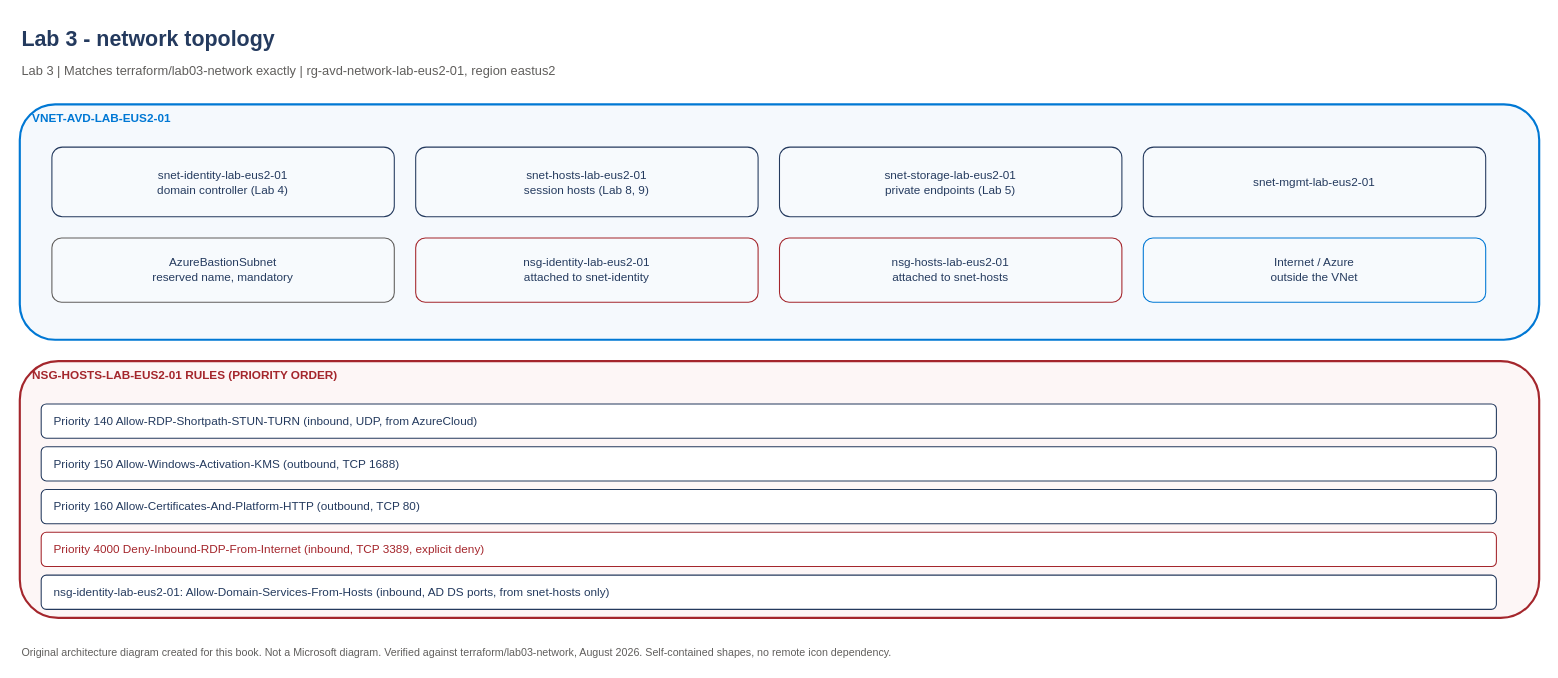
Before: diagrams/architecture/lab03-network-topology.drawio in AddySidd27/azure-virtual-desktop-architect, a draw.io diagram. Source tidied: cells renumbered, new cells numbered last; positions are measured from the earlier drawing's top-left corner, leaving out a move shared by most shapes. Both pictures are drawn from the tidied source at 107%, with x=0, y=0 at pixel (19, 18).
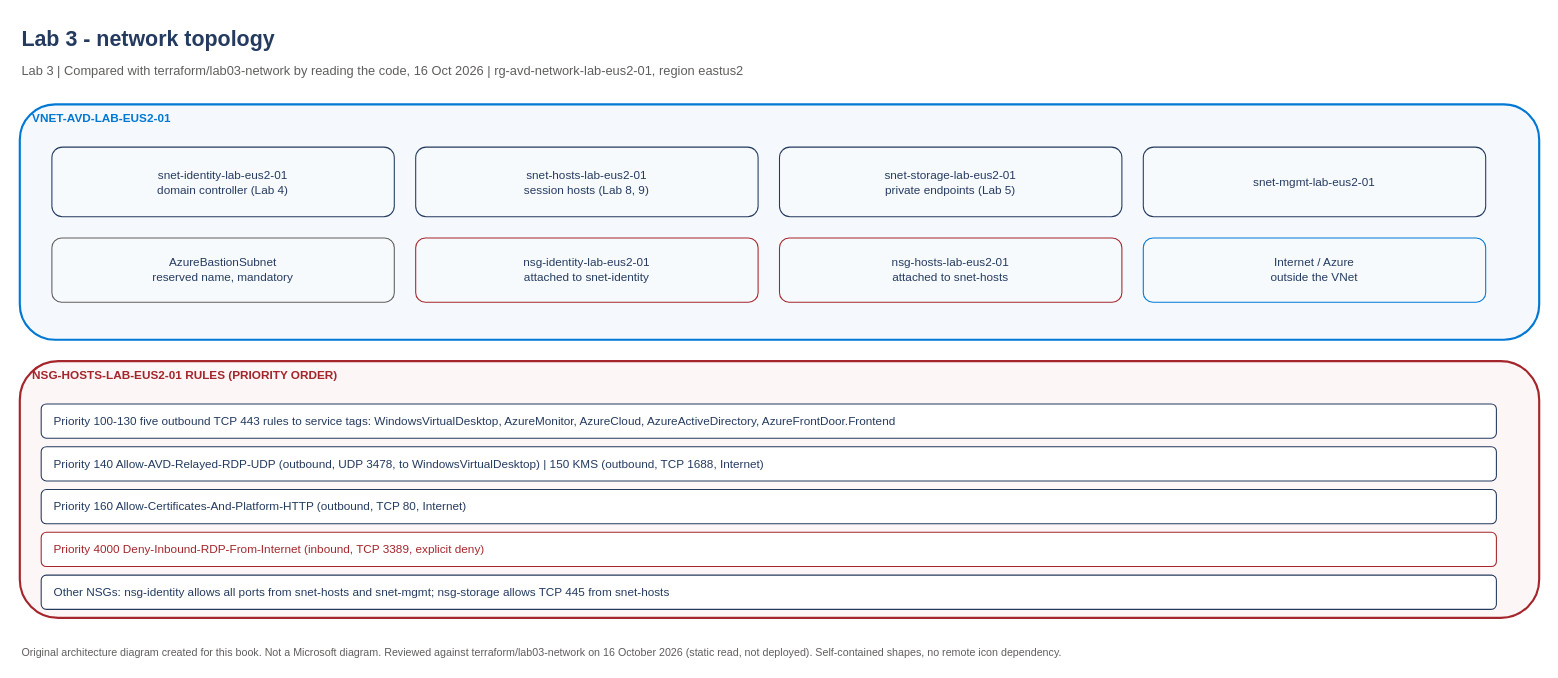
The same diagram, later.

Change to the diagram source:
```diff
@@
 <mxGraphModel>
   <root>
     <mxCell id="0" />
     <mxCell id="1" parent="0" />
     <mxCell id="2" value="Lab 3 - network topology" style="text;fontSize=20;fontStyle=1;fontColor=#243A5E;align=left;" parent="1" vertex="1">
       <mxGeometry width="900" height="30" as="geometry" />
     </mxCell>
-    <mxCell id="3" value="Lab 3 | Matches terraform/lab03-network exactly | rg-avd-network-lab-eus2-01, region eastus2" style="text;fontSize=12;fontColor=#605E5C;align=left;" parent="1" vertex="1">
+    <mxCell id="3" value="Lab 3 | Compared with terraform/lab03-network by reading the code, 16 Oct 2026 | rg-avd-network-lab-eus2-01, region eastus2" style="text;fontSize=12;fontColor=#605E5C;align=left;" parent="1" vertex="1">
       <mxGeometry y="35" width="1100" height="20" as="geometry" />
     </mxCell>
     <mxCell id="4" value="VNET-AVD-LAB-EUS2-01" style="rounded=1;whiteSpace=wrap;html=1;fillColor=#F5F9FD;strokeColor=#0078D4;strokeWidth=2;verticalAlign=top;align=left;spacingLeft=10;fontSize=11;fontStyle=1;fontColor=#0078D4;" parent="1" vertex="1">
       <mxGeometry y="80" width="1420" height="220" as="geometry" />
     </mxCell>
     <mxCell id="5" value="snet-identity-lab-eus2-01&#10;domain controller (Lab 4)" style="rounded=1;whiteSpace=wrap;html=1;fillColor=#F7FAFD;strokeColor=#243A5E;fontSize=11;fontColor=#243A5E;verticalAlign=middle;" parent="1" vertex="1">
       <mxGeometry x="30" y="120" width="320" height="65" as="geometry" />
     </mxCell>
     <mxCell id="6" value="snet-hosts-lab-eus2-01&#10;session hosts (Lab 8, 9)" style="rounded=1;whiteSpace=wrap;html=1;fillColor=#F7FAFD;strokeColor=#243A5E;fontSize=11;fontColor=#243A5E;verticalAlign=middle;" parent="1" vertex="1">
       <mxGeometry x="370" y="120" width="320" height="65" as="geometry" />
     </mxCell>
     <mxCell id="7" value="snet-storage-lab-eus2-01&#10;private endpoints (Lab 5)" style="rounded=1;whiteSpace=wrap;html=1;fillColor=#F7FAFD;strokeColor=#243A5E;fontSize=11;fontColor=#243A5E;verticalAlign=middle;" parent="1" vertex="1">
       <mxGeometry x="710" y="120" width="320" height="65" as="geometry" />
     </mxCell>
     <mxCell id="8" value="snet-mgmt-lab-eus2-01" style="rounded=1;whiteSpace=wrap;html=1;fillColor=#F7FAFD;strokeColor=#243A5E;fontSize=11;fontColor=#243A5E;verticalAlign=middle;" parent="1" vertex="1">
       <mxGeometry x="1050" y="120" width="320" height="65" as="geometry" />
     </mxCell>
     <mxCell id="9" value="AzureBastionSubnet&#10;reserved name, mandatory" style="rounded=1;whiteSpace=wrap;html=1;fillColor=#F7FAFD;strokeColor=#605E5C;fontSize=11;fontColor=#243A5E;verticalAlign=middle;" parent="1" vertex="1">
       <mxGeometry x="30" y="205" width="320" height="60" as="geometry" />
     </mxCell>
     <mxCell id="10" value="nsg-identity-lab-eus2-01&#10;attached to snet-identity" style="rounded=1;whiteSpace=wrap;html=1;fillColor=#F7FAFD;strokeColor=#A4262C;fontSize=11;fontColor=#243A5E;verticalAlign=middle;" parent="1" vertex="1">
       <mxGeometry x="370" y="205" width="320" height="60" as="geometry" />
     </mxCell>
     <mxCell id="11" value="nsg-hosts-lab-eus2-01&#10;attached to snet-hosts" style="rounded=1;whiteSpace=wrap;html=1;fillColor=#F7FAFD;strokeColor=#A4262C;fontSize=11;fontColor=#243A5E;verticalAlign=middle;" parent="1" vertex="1">
       <mxGeometry x="710" y="205" width="320" height="60" as="geometry" />
     </mxCell>
     <mxCell id="12" value="Internet / Azure&#10;outside the VNet" style="rounded=1;whiteSpace=wrap;html=1;fillColor=#F7FAFD;strokeColor=#0078D4;fontSize=11;fontColor=#243A5E;verticalAlign=middle;" parent="1" vertex="1">
       <mxGeometry x="1050" y="205" width="320" height="60" as="geometry" />
     </mxCell>
     <mxCell id="13" value="NSG-HOSTS-LAB-EUS2-01 RULES (PRIORITY ORDER)" style="rounded=1;whiteSpace=wrap;html=1;fillColor=#FDF6F6;strokeColor=#A4262C;strokeWidth=2;verticalAlign=top;align=left;spacingLeft=10;fontSize=11;fontStyle=1;fontColor=#A4262C;" parent="1" vertex="1">
       <mxGeometry y="320" width="1420" height="240" as="geometry" />
     </mxCell>
-    <mxCell id="14" value="Priority 140  Allow-RDP-Shortpath-STUN-TURN  (inbound, UDP, from AzureCloud)" style="rounded=1;whiteSpace=wrap;html=1;fillColor=#FFFFFF;strokeColor=#243A5E;fontSize=11;fontColor=#243A5E;verticalAlign=middle;align=left;spacingLeft=10;" parent="1" vertex="1">
+    <mxCell id="14" value="Priority 100-130  five outbound TCP 443 rules to service tags: WindowsVirtualDesktop, AzureMonitor, AzureCloud, AzureActiveDirectory, AzureFrontDoor.Frontend" style="rounded=1;whiteSpace=wrap;html=1;fillColor=#FFFFFF;strokeColor=#243A5E;fontSize=11;fontColor=#243A5E;verticalAlign=middle;align=left;spacingLeft=10;" parent="1" vertex="1">
       <mxGeometry x="20" y="360" width="1360" height="32" as="geometry" />
     </mxCell>
-    <mxCell id="15" value="Priority 150  Allow-Windows-Activation-KMS  (outbound, TCP 1688)" style="rounded=1;whiteSpace=wrap;html=1;fillColor=#FFFFFF;strokeColor=#243A5E;fontSize=11;fontColor=#243A5E;verticalAlign=middle;align=left;spacingLeft=10;" parent="1" vertex="1">
+    <mxCell id="15" value="Priority 140  Allow-AVD-Relayed-RDP-UDP (outbound, UDP 3478, to WindowsVirtualDesktop)  |  150  KMS (outbound, TCP 1688, Internet)" style="rounded=1;whiteSpace=wrap;html=1;fillColor=#FFFFFF;strokeColor=#243A5E;fontSize=11;fontColor=#243A5E;verticalAlign=middle;align=left;spacingLeft=10;" parent="1" vertex="1">
       <mxGeometry x="20" y="400" width="1360" height="32" as="geometry" />
     </mxCell>
-    <mxCell id="16" value="Priority 160  Allow-Certificates-And-Platform-HTTP  (outbound, TCP 80)" style="rounded=1;whiteSpace=wrap;html=1;fillColor=#FFFFFF;strokeColor=#243A5E;fontSize=11;fontColor=#243A5E;verticalAlign=middle;align=left;spacingLeft=10;" parent="1" vertex="1">
+    <mxCell id="16" value="Priority 160  Allow-Certificates-And-Platform-HTTP (outbound, TCP 80, Internet)" style="rounded=1;whiteSpace=wrap;html=1;fillColor=#FFFFFF;strokeColor=#243A5E;fontSize=11;fontColor=#243A5E;verticalAlign=middle;align=left;spacingLeft=10;" parent="1" vertex="1">
       <mxGeometry x="20" y="440" width="1360" height="32" as="geometry" />
     </mxCell>
     <mxCell id="17" value="Priority 4000  Deny-Inbound-RDP-From-Internet  (inbound, TCP 3389, explicit deny)" style="rounded=1;whiteSpace=wrap;html=1;fillColor=#FFFFFF;strokeColor=#A4262C;fontSize=11;fontColor=#A4262C;verticalAlign=middle;align=left;spacingLeft=10;" parent="1" vertex="1">
       <mxGeometry x="20" y="480" width="1360" height="32" as="geometry" />
     </mxCell>
-    <mxCell id="18" value="nsg-identity-lab-eus2-01: Allow-Domain-Services-From-Hosts  (inbound, AD DS ports, from snet-hosts only)" style="rounded=1;whiteSpace=wrap;html=1;fillColor=#FFFFFF;strokeColor=#243A5E;fontSize=11;fontColor=#243A5E;verticalAlign=middle;align=left;spacingLeft=10;" parent="1" vertex="1">
+    <mxCell id="18" value="Other NSGs: nsg-identity allows all ports from snet-hosts and snet-mgmt; nsg-storage allows TCP 445 from snet-hosts" style="rounded=1;whiteSpace=wrap;html=1;fillColor=#FFFFFF;strokeColor=#243A5E;fontSize=11;fontColor=#243A5E;verticalAlign=middle;align=left;spacingLeft=10;" parent="1" vertex="1">
       <mxGeometry x="20" y="520" width="1360" height="32" as="geometry" />
     </mxCell>
-    <mxCell id="19" value="Original architecture diagram created for this book. Not a Microsoft diagram. Verified against terraform/lab03-network, August 2026. Self-contained shapes, no remote icon dependency." style="text;fontSize=10;fontColor=#605E5C;align=left;" parent="1" vertex="1">
+    <mxCell id="19" value="Original architecture diagram created for this book. Not a Microsoft diagram. Reviewed against terraform/lab03-network on 16 October 2026 (static read, not deployed). Self-contained shapes, no remote icon dependency." style="text;fontSize=10;fontColor=#605E5C;align=left;" parent="1" vertex="1">
       <mxGeometry y="580" width="1200" height="20" as="geometry" />
     </mxCell>
   </root>
 </mxGraphModel>
```
